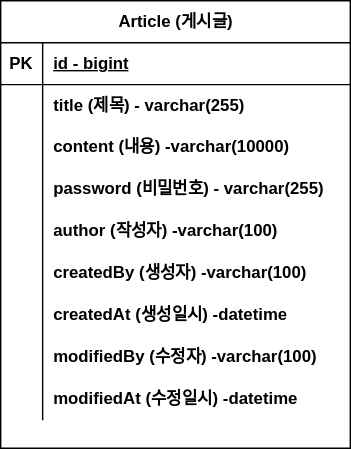
Earlier version of the draw.io export document/sparta-board-erd.svg (yuni02/sparta09-project-board). Source tidied: cells renumbered, new cells last; positions are measured from the earlier drawing's top-left corner, leaving out a move shared by most shapes.
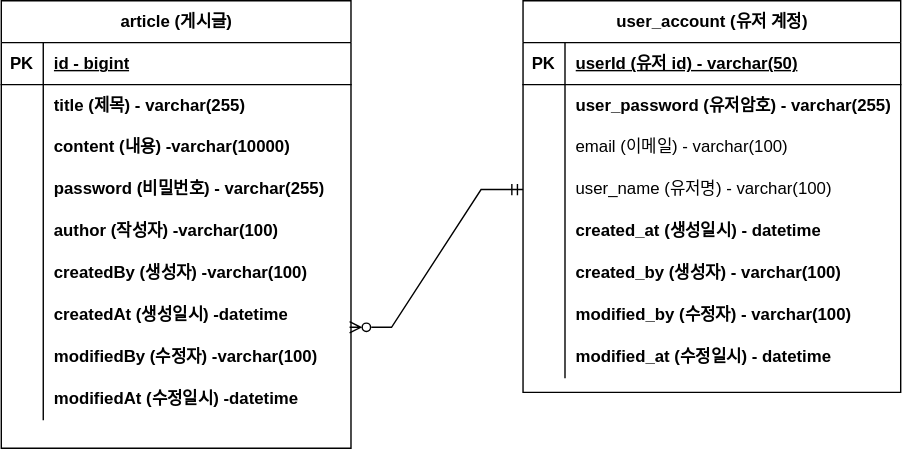
The same file after the commit.

Commit message:
#9 -db 업뎃 : user_account 테이블 추가

Diff of the diagram source:
```diff
@@ -2,7 +2,7 @@
   <root>
     <mxCell id="0" />
     <mxCell id="1" parent="0" />
-    <mxCell id="2" value="Article (게시글)" style="shape=table;startSize=30;rowLines=0;fontStyle=1;align=center;html=1;" parent="1" vertex="1">
+    <mxCell id="2" value="article (게시글)" style="shape=table;startSize=30;rowLines=0;fontStyle=1;align=center;html=1;" parent="1" vertex="1">
       <mxGeometry width="250" height="320" as="geometry" />
     </mxCell>
     <mxCell id="3" style="shape=tableRow;horizontal=0;startSize=0;swimlaneHead=0;swimlaneBody=0;fillColor=none;top=0;left=0;right=0;bottom=1;" parent="2" vertex="1">
@@ -86,5 +86,83 @@
     <mxCell id="29" value="modifiedAt (수정일시) -datetime" style="shape=partialRectangle;fillColor=none;top=0;left=0;bottom=0;right=0;align=left;spacingLeft=6;overflow=hidden;whiteSpace=wrap;html=1;fontStyle=1;" parent="27" vertex="1">
       <mxGeometry x="30" width="220" height="30" as="geometry" />
     </mxCell>
+    <mxCell id="30" value="user_account (유저 계정)" style="shape=table;startSize=30;rowLines=0;fontStyle=1;align=center;html=1;" parent="1" vertex="1">
+      <mxGeometry x="373" width="270" height="280" as="geometry" />
+    </mxCell>
+    <mxCell id="31" style="shape=tableRow;horizontal=0;startSize=0;swimlaneHead=0;swimlaneBody=0;fillColor=none;top=0;left=0;right=0;bottom=1;" parent="30" vertex="1">
+      <mxGeometry y="30" width="270" height="30" as="geometry" />
+    </mxCell>
+    <mxCell id="32" value="PK" style="shape=partialRectangle;fillColor=none;top=0;left=0;bottom=0;right=0;fontStyle=1;overflow=hidden;whiteSpace=wrap;html=1;" parent="31" vertex="1">
+      <mxGeometry width="30" height="30" as="geometry" />
+    </mxCell>
+    <mxCell id="33" value="userId (유저 id) - varchar(50)" style="shape=partialRectangle;fillColor=none;top=0;left=0;bottom=0;right=0;align=left;spacingLeft=6;fontStyle=5;overflow=hidden;whiteSpace=wrap;html=1;" parent="31" vertex="1">
+      <mxGeometry x="30" width="240" height="30" as="geometry" />
+    </mxCell>
+    <mxCell id="34" style="shape=tableRow;horizontal=0;startSize=0;swimlaneHead=0;swimlaneBody=0;fillColor=none;top=0;left=0;right=0;bottom=0;" parent="30" vertex="1">
+      <mxGeometry y="60" width="270" height="30" as="geometry" />
+    </mxCell>
+    <mxCell id="35" style="shape=partialRectangle;fillColor=none;top=0;left=0;bottom=0;right=0;overflow=hidden;whiteSpace=wrap;html=1;" parent="34" vertex="1">
+      <mxGeometry width="30" height="30" as="geometry" />
+    </mxCell>
+    <mxCell id="36" value="user_password (유저암호) - varchar(255)" style="shape=partialRectangle;fillColor=none;top=0;left=0;bottom=0;right=0;align=left;spacingLeft=6;overflow=hidden;whiteSpace=wrap;html=1;fontStyle=1;" parent="34" vertex="1">
+      <mxGeometry x="30" width="240" height="30" as="geometry" />
+    </mxCell>
+    <mxCell id="37" style="shape=tableRow;horizontal=0;startSize=0;swimlaneHead=0;swimlaneBody=0;fillColor=none;top=0;left=0;right=0;bottom=0;" parent="30" vertex="1">
+      <mxGeometry y="90" width="270" height="30" as="geometry" />
+    </mxCell>
+    <mxCell id="38" style="shape=partialRectangle;fillColor=none;top=0;left=0;bottom=0;right=0;overflow=hidden;whiteSpace=wrap;html=1;" parent="37" vertex="1">
+      <mxGeometry width="30" height="30" as="geometry" />
+    </mxCell>
+    <mxCell id="39" value="email (이메일) - varchar(100)" style="shape=partialRectangle;fillColor=none;top=0;left=0;bottom=0;right=0;align=left;spacingLeft=6;overflow=hidden;whiteSpace=wrap;html=1;" parent="37" vertex="1">
+      <mxGeometry x="30" width="240" height="30" as="geometry" />
+    </mxCell>
+    <mxCell id="40" style="shape=tableRow;horizontal=0;startSize=0;swimlaneHead=0;swimlaneBody=0;fillColor=none;points=[[0,0.5],[1,0.5]];portConstraint=eastwest;top=0;left=0;right=0;bottom=0;" parent="30" vertex="1">
+      <mxGeometry y="120" width="270" height="30" as="geometry" />
+    </mxCell>
+    <mxCell id="41" style="shape=partialRectangle;fillColor=none;top=0;left=0;bottom=0;right=0;overflow=hidden;whiteSpace=wrap;html=1;" parent="40" vertex="1">
+      <mxGeometry width="30" height="30" as="geometry" />
+    </mxCell>
+    <mxCell id="42" value="user_name (유저명) - varchar(100)" style="shape=partialRectangle;fillColor=none;top=0;left=0;bottom=0;right=0;align=left;spacingLeft=6;overflow=hidden;whiteSpace=wrap;html=1;" parent="40" vertex="1">
+      <mxGeometry x="30" width="240" height="30" as="geometry" />
+    </mxCell>
+    <mxCell id="43" style="shape=tableRow;horizontal=0;startSize=0;swimlaneHead=0;swimlaneBody=0;fillColor=none;top=0;left=0;right=0;bottom=0;" parent="30" vertex="1">
+      <mxGeometry y="150" width="270" height="30" as="geometry" />
+    </mxCell>
+    <mxCell id="44" style="shape=partialRectangle;fillColor=none;top=0;left=0;bottom=0;right=0;overflow=hidden;whiteSpace=wrap;html=1;" parent="43" vertex="1">
+      <mxGeometry width="30" height="30" as="geometry" />
+    </mxCell>
+    <mxCell id="45" value="created_at (생성일시) - datetime" style="shape=partialRectangle;fillColor=none;top=0;left=0;bottom=0;right=0;align=left;spacingLeft=6;overflow=hidden;whiteSpace=wrap;html=1;fontStyle=1;" parent="43" vertex="1">
+      <mxGeometry x="30" width="240" height="30" as="geometry" />
+    </mxCell>
+    <mxCell id="46" style="shape=tableRow;horizontal=0;startSize=0;swimlaneHead=0;swimlaneBody=0;fillColor=none;top=0;left=0;right=0;bottom=0;" parent="30" vertex="1">
+      <mxGeometry y="180" width="270" height="30" as="geometry" />
+    </mxCell>
+    <mxCell id="47" style="shape=partialRectangle;fillColor=none;top=0;left=0;bottom=0;right=0;overflow=hidden;whiteSpace=wrap;html=1;" parent="46" vertex="1">
+      <mxGeometry width="30" height="30" as="geometry" />
+    </mxCell>
+    <mxCell id="48" value="created_by (생성자) - varchar(100)" style="shape=partialRectangle;fillColor=none;top=0;left=0;bottom=0;right=0;align=left;spacingLeft=6;overflow=hidden;whiteSpace=wrap;html=1;fontStyle=1;" parent="46" vertex="1">
+      <mxGeometry x="30" width="240" height="30" as="geometry" />
+    </mxCell>
+    <mxCell id="49" style="shape=tableRow;horizontal=0;startSize=0;swimlaneHead=0;swimlaneBody=0;fillColor=none;top=0;left=0;right=0;bottom=0;" parent="30" vertex="1">
+      <mxGeometry y="210" width="270" height="30" as="geometry" />
+    </mxCell>
+    <mxCell id="50" style="shape=partialRectangle;fillColor=none;top=0;left=0;bottom=0;right=0;overflow=hidden;whiteSpace=wrap;html=1;" parent="49" vertex="1">
+      <mxGeometry width="30" height="30" as="geometry" />
+    </mxCell>
+    <mxCell id="51" value="modified_by (수정자) - varchar(100)" style="shape=partialRectangle;fillColor=none;top=0;left=0;bottom=0;right=0;align=left;spacingLeft=6;overflow=hidden;whiteSpace=wrap;html=1;fontStyle=1;" parent="49" vertex="1">
+      <mxGeometry x="30" width="240" height="30" as="geometry" />
+    </mxCell>
+    <mxCell id="52" style="shape=tableRow;horizontal=0;startSize=0;swimlaneHead=0;swimlaneBody=0;fillColor=none;top=0;left=0;right=0;bottom=0;" parent="30" vertex="1">
+      <mxGeometry y="240" width="270" height="30" as="geometry" />
+    </mxCell>
+    <mxCell id="53" style="shape=partialRectangle;fillColor=none;top=0;left=0;bottom=0;right=0;overflow=hidden;whiteSpace=wrap;html=1;" parent="52" vertex="1">
+      <mxGeometry width="30" height="30" as="geometry" />
+    </mxCell>
+    <mxCell id="54" value="modified_at (수정일시) - datetime" style="shape=partialRectangle;fillColor=none;top=0;left=0;bottom=0;right=0;align=left;spacingLeft=6;overflow=hidden;whiteSpace=wrap;html=1;fontStyle=1;" parent="52" vertex="1">
+      <mxGeometry x="30" width="240" height="30" as="geometry" />
+    </mxCell>
+    <mxCell id="55" style="edgeStyle=entityRelationEdgeStyle;fontSize=12;html=1;endArrow=ERmandOne;startArrow=ERzeroToMany;rounded=0;startFill=0;endFill=0;exitX=0.996;exitY=0.783;exitDx=0;exitDy=0;exitPerimeter=0;" parent="1" edge="1" source="21" target="40">
+      <mxGeometry relative="1" as="geometry" />
+    </mxCell>
   </root>
 </mxGraphModel>
```
